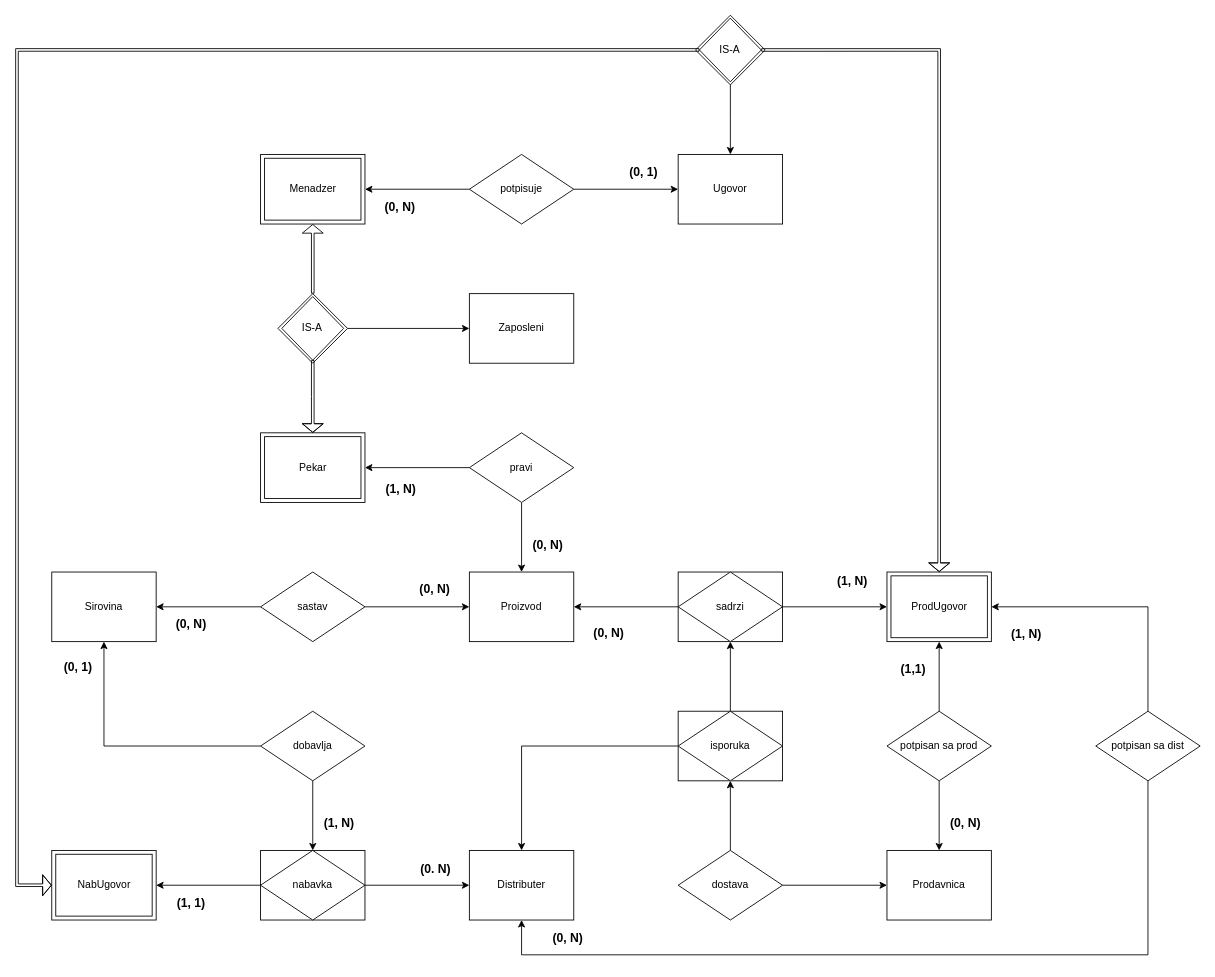
FmasterofU/bakery-bp2 keeps this draw.io diagram as bakery.drawio. Above is the earlier version. Source tidied: cells renumbered, new cells numbered last; positions are measured from the earlier drawing's top-left corner, leaving out a move shared by most shapes. Both pictures are drawn from the tidied source at 87%, with x=0, y=0 at pixel (17, 15).
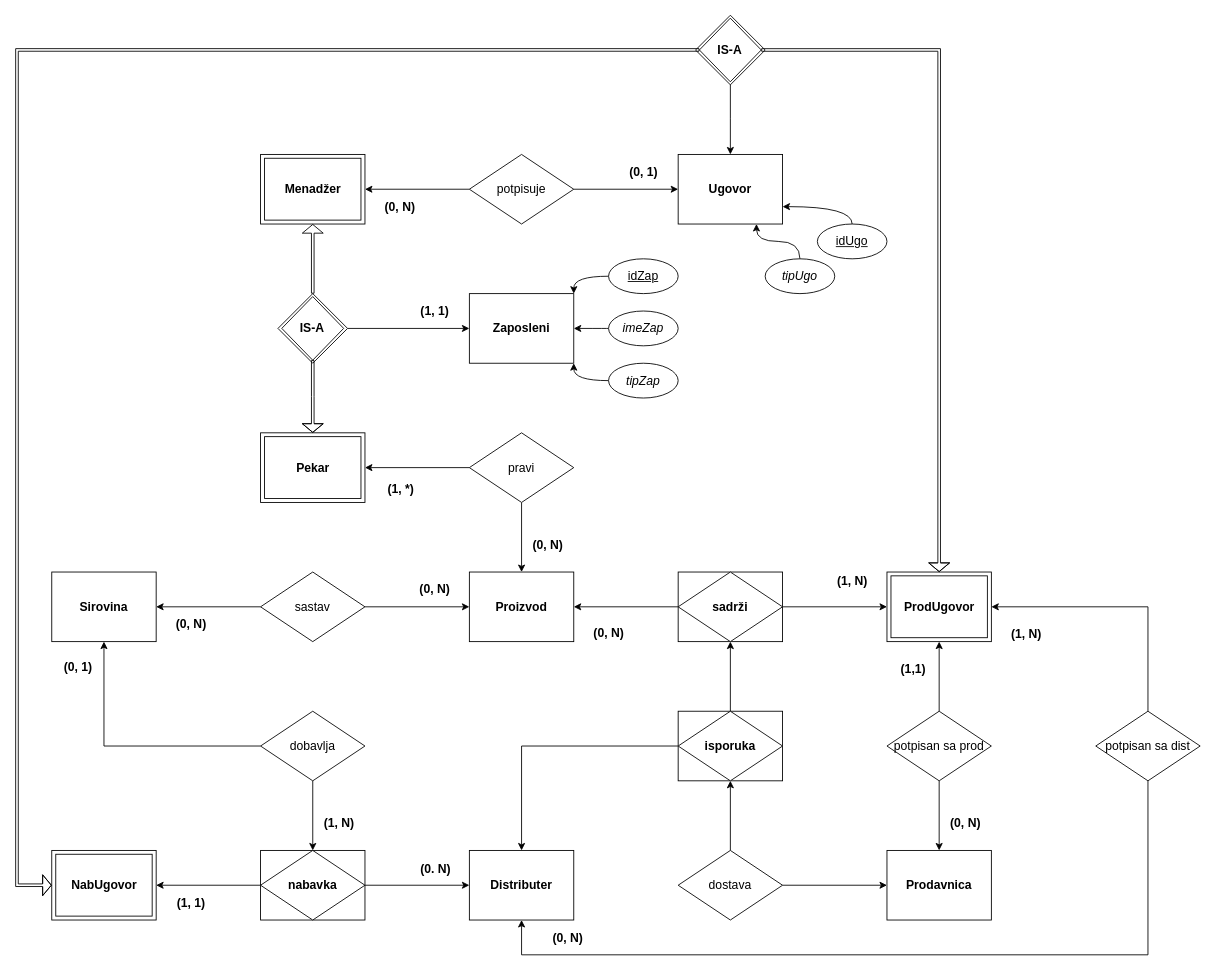
After the change.

Unchanged cells that the change refers to:
```xml
<mxCell id="4" style="group;" parent="1" vertex="1">
  <mxGeometry x="760" y="800" width="120" height="80" as="geometry" />
</mxCell>
<mxCell id="8" style="group;" parent="1" vertex="1">
  <mxGeometry x="760" y="640" width="120" height="80" as="geometry" />
</mxCell>
<mxCell id="25" style="group;" parent="1" vertex="1">
  <mxGeometry x="300" y="320" width="80" height="80" as="geometry" />
</mxCell>
<mxCell id="26" style="rhombus;whiteSpace=wrap;html=1;" parent="25" vertex="1">
  <mxGeometry width="80" height="80" as="geometry" />
</mxCell>
<mxCell id="28" style="group;" parent="1" vertex="1">
  <mxGeometry x="280" y="480" width="120" height="80" as="geometry" />
</mxCell>
<mxCell id="31" style="group;" parent="1" vertex="1">
  <mxGeometry x="280" y="160" width="120" height="80" as="geometry" />
</mxCell>
<mxCell id="38" style="group;" parent="1" vertex="1">
  <mxGeometry x="780" width="80" height="80" as="geometry" />
</mxCell>
<mxCell id="41" style="group;" parent="1" vertex="1">
  <mxGeometry x="40" y="960" width="120" height="80" as="geometry" />
</mxCell>
<mxCell id="44" style="group;" parent="1" vertex="1">
  <mxGeometry x="1000" y="640" width="120" height="80" as="geometry" />
</mxCell>
<mxCell id="53" style="edgeStyle=orthogonalEdgeStyle;rounded=0;jettySize=auto;html=1;entryX=1;entryY=0.5;entryDx=0;entryDy=0;fontSize=14;" parent="1" edge="1" source="55" target="29">
  <mxGeometry relative="1" as="geometry" />
</mxCell>
<mxCell id="56" style="group;" parent="1" vertex="1">
  <mxGeometry x="280" y="960" width="120" height="80" as="geometry" />
</mxCell>
```

Diff of the diagram source:
```diff
@@
-    <mxCell id="2" value="Distributer" style="rounded=0;whiteSpace=wrap;html=1;" parent="1" vertex="1">
+    <mxCell id="2" value="&lt;font style=&quot;font-size: 14px&quot;&gt;&lt;b&gt;Distributer&lt;/b&gt;&lt;/font&gt;" style="rounded=0;whiteSpace=wrap;html=1;" parent="1" vertex="1">
       <mxGeometry x="520" y="960" width="120" height="80" as="geometry" />
     </mxCell>
-    <mxCell id="3" value="Prodavnica" style="rounded=0;whiteSpace=wrap;html=1;" parent="1" vertex="1">
+    <mxCell id="3" value="&lt;font style=&quot;font-size: 14px&quot;&gt;&lt;b&gt;Prodavnica&lt;/b&gt;&lt;/font&gt;" style="rounded=0;whiteSpace=wrap;html=1;" parent="1" vertex="1">
       <mxGeometry x="1000" y="960" width="120" height="80" as="geometry" />
     </mxCell>
@@
-    <mxCell id="6" value="isporuka" style="rhombus;whiteSpace=wrap;html=1;" parent="4" vertex="1">
+    <mxCell id="6" value="&lt;font style=&quot;font-size: 14px&quot;&gt;&lt;b&gt;isporuka&lt;/b&gt;&lt;/font&gt;" style="rhombus;whiteSpace=wrap;html=1;" parent="4" vertex="1">
       <mxGeometry width="120" height="80" as="geometry" />
     </mxCell>
-    <mxCell id="7" value="Sirovina" style="rounded=0;whiteSpace=wrap;html=1;" parent="1" vertex="1">
+    <mxCell id="7" value="&lt;font style=&quot;font-size: 14px&quot;&gt;&lt;b&gt;Sirovina&lt;/b&gt;&lt;/font&gt;" style="rounded=0;whiteSpace=wrap;html=1;" parent="1" vertex="1">
       <mxGeometry x="40" y="640" width="120" height="80" as="geometry" />
     </mxCell>
@@
-    <mxCell id="10" value="sadrzi" style="rhombus;whiteSpace=wrap;html=1;" parent="8" vertex="1">
+    <mxCell id="10" value="&lt;font style=&quot;font-size: 14px&quot;&gt;&lt;b&gt;sadrži&lt;/b&gt;&lt;/font&gt;" style="rhombus;whiteSpace=wrap;html=1;" parent="8" vertex="1">
       <mxGeometry width="120" height="80" as="geometry" />
     </mxCell>
-    <mxCell id="11" value="Proizvod" style="rounded=0;whiteSpace=wrap;html=1;" parent="1" vertex="1">
+    <mxCell id="11" value="&lt;font style=&quot;font-size: 14px&quot;&gt;&lt;b&gt;Proizvod&lt;/b&gt;&lt;/font&gt;" style="rounded=0;whiteSpace=wrap;html=1;" parent="1" vertex="1">
       <mxGeometry x="520" y="640" width="120" height="80" as="geometry" />
     </mxCell>
@@
-    <mxCell id="16" value="dobavlja" style="rhombus;whiteSpace=wrap;html=1;" parent="1" vertex="1">
+    <mxCell id="16" value="&lt;font style=&quot;font-size: 14px&quot;&gt;dobavlja&lt;/font&gt;" style="rhombus;whiteSpace=wrap;html=1;" parent="1" vertex="1">
       <mxGeometry x="280" y="800" width="120" height="80" as="geometry" />
     </mxCell>
@@
-    <mxCell id="19" value="potpisan sa prod" style="rhombus;whiteSpace=wrap;html=1;" parent="1" vertex="1">
+    <mxCell id="19" value="&lt;font style=&quot;font-size: 14px&quot;&gt;potpisan sa prod&lt;/font&gt;" style="rhombus;whiteSpace=wrap;html=1;" parent="1" vertex="1">
       <mxGeometry x="1000" y="800" width="120" height="80" as="geometry" />
     </mxCell>
@@
-    <mxCell id="22" value="sastav" style="rhombus;whiteSpace=wrap;html=1;" parent="1" vertex="1">
+    <mxCell id="22" value="&lt;font style=&quot;font-size: 14px&quot;&gt;sastav&lt;/font&gt;" style="rhombus;whiteSpace=wrap;html=1;" parent="1" vertex="1">
       <mxGeometry x="280" y="640" width="120" height="80" as="geometry" />
     </mxCell>
-    <mxCell id="23" style="edgeStyle=orthogonalEdgeStyle;rounded=0;jettySize=auto;html=1;entryX=0;entryY=0.5;entryDx=0;entryDy=0;exitX=1;exitY=0.5;exitDx=0;exitDy=0;" parent="1" edge="1" source="26" target="24">
-      <mxGeometry relative="1" as="geometry" />
+    <mxCell id="23" value="&lt;b&gt;&lt;font style=&quot;font-size: 14px&quot;&gt;(1, 1)&lt;/font&gt;&lt;/b&gt;" style="edgeStyle=orthogonalEdgeStyle;rounded=0;jettySize=auto;html=1;entryX=0;entryY=0.5;entryDx=0;entryDy=0;exitX=1;exitY=0.5;exitDx=0;exitDy=0;" parent="1" edge="1" source="26" target="24">
+      <mxGeometry x="0.43" y="20" relative="1" as="geometry" />
     </mxCell>
-    <mxCell id="24" value="Zaposleni" style="rounded=0;whiteSpace=wrap;html=1;" parent="1" vertex="1">
+    <mxCell id="24" value="&lt;font style=&quot;font-size: 14px&quot;&gt;&lt;b&gt;Zaposleni&lt;/b&gt;&lt;/font&gt;" style="rounded=0;whiteSpace=wrap;html=1;" parent="1" vertex="1">
       <mxGeometry x="520" y="320" width="120" height="80" as="geometry" />
     </mxCell>
@@
-    <mxCell id="27" value="&lt;p style=&quot;line-height: 120%&quot;&gt;IS-A&lt;/p&gt;" style="rhombus;whiteSpace=wrap;html=1;" parent="25" vertex="1">
+    <mxCell id="27" value="&lt;p style=&quot;line-height: 120%&quot;&gt;&lt;b&gt;&lt;font style=&quot;font-size: 14px&quot;&gt;IS-A&lt;/font&gt;&lt;/b&gt;&lt;/p&gt;" style="rhombus;whiteSpace=wrap;html=1;" parent="25" vertex="1">
       <mxGeometry x="4.4" y="3.4" width="71.1" height="73.1" as="geometry" />
     </mxCell>
@@
-    <mxCell id="30" value="Pekar" style="rounded=0;whiteSpace=wrap;html=1;" parent="28" vertex="1">
+    <mxCell id="30" value="&lt;font style=&quot;font-size: 14px&quot;&gt;&lt;b&gt;Pekar&lt;/b&gt;&lt;/font&gt;" style="rounded=0;whiteSpace=wrap;html=1;" parent="28" vertex="1">
       <mxGeometry x="4.6" y="4.4" width="110.8" height="71.1" as="geometry" />
     </mxCell>
@@
-    <mxCell id="33" value="Menadzer" style="rounded=0;whiteSpace=wrap;html=1;" parent="31" vertex="1">
+    <mxCell id="33" value="&lt;font style=&quot;font-size: 14px&quot;&gt;&lt;b&gt;Menadžer&lt;/b&gt;&lt;/font&gt;" style="rounded=0;whiteSpace=wrap;html=1;" parent="31" vertex="1">
       <mxGeometry x="4.6" y="4.4" width="110.8" height="71.1" as="geometry" />
     </mxCell>
@@
-    <mxCell id="37" value="Ugovor" style="rounded=0;whiteSpace=wrap;html=1;" parent="1" vertex="1">
+    <mxCell id="37" value="&lt;font style=&quot;font-size: 14px&quot;&gt;&lt;b&gt;Ugovor&lt;/b&gt;&lt;/font&gt;" style="rounded=0;whiteSpace=wrap;html=1;" parent="1" vertex="1">
       <mxGeometry x="760" y="160" width="120" height="80" as="geometry" />
     </mxCell>
@@
-    <mxCell id="40" value="&lt;p style=&quot;line-height: 120%&quot;&gt;IS-A&lt;/p&gt;" style="rhombus;whiteSpace=wrap;html=1;" parent="38" vertex="1">
+    <mxCell id="40" value="&lt;p style=&quot;line-height: 120%&quot;&gt;&lt;b&gt;&lt;font style=&quot;font-size: 14px&quot;&gt;IS-A&lt;/font&gt;&lt;/b&gt;&lt;/p&gt;" style="rhombus;whiteSpace=wrap;html=1;" parent="38" vertex="1">
       <mxGeometry x="4.4" y="3.4" width="71.1" height="73.1" as="geometry" />
     </mxCell>
@@
-    <mxCell id="43" value="NabUgovor" style="rounded=0;whiteSpace=wrap;html=1;" parent="41" vertex="1">
+    <mxCell id="43" value="&lt;font style=&quot;font-size: 14px&quot;&gt;&lt;b&gt;NabUgovor&lt;/b&gt;&lt;/font&gt;" style="rounded=0;whiteSpace=wrap;html=1;" parent="41" vertex="1">
       <mxGeometry x="4.6" y="4.4" width="110.8" height="71.1" as="geometry" />
     </mxCell>
@@
-    <mxCell id="46" value="ProdUgovor" style="rounded=0;whiteSpace=wrap;html=1;" parent="44" vertex="1">
+    <mxCell id="46" value="&lt;font style=&quot;font-size: 14px&quot;&gt;&lt;b&gt;ProdUgovor&lt;/b&gt;&lt;/font&gt;" style="rounded=0;whiteSpace=wrap;html=1;" parent="44" vertex="1">
       <mxGeometry x="4.6" y="4.4" width="110.8" height="71.1" as="geometry" />
     </mxCell>
@@
-    <mxCell id="51" value="potpisuje" style="rhombus;whiteSpace=wrap;html=1;" parent="1" vertex="1">
+    <mxCell id="51" value="&lt;font style=&quot;font-size: 14px&quot;&gt;potpisuje&lt;/font&gt;" style="rhombus;whiteSpace=wrap;html=1;" parent="1" vertex="1">
       <mxGeometry x="520" y="160" width="120" height="80" as="geometry" />
     </mxCell>
@@
-    <mxCell id="54" value="&lt;b&gt;(1, N)&lt;/b&gt;" style="edgeLabel;html=1;align=center;verticalAlign=middle;fontSize=14;" parent="53" vertex="1">
+    <mxCell id="54" value="&lt;b&gt;(1, *)&lt;/b&gt;" style="edgeLabel;html=1;align=center;verticalAlign=middle;fontSize=14;" parent="53" vertex="1">
       <mxGeometry x="-0.22" y="3" relative="1" as="geometry">
         <mxPoint x="-32.9" y="21" as="offset" />
       </mxGeometry>
     </mxCell>
-    <mxCell id="55" value="pravi" style="rhombus;whiteSpace=wrap;html=1;" parent="1" vertex="1">
+    <mxCell id="55" value="&lt;font style=&quot;font-size: 14px&quot;&gt;pravi&lt;/font&gt;" style="rhombus;whiteSpace=wrap;html=1;" parent="1" vertex="1">
       <mxGeometry x="520" y="480" width="120" height="80" as="geometry" />
     </mxCell>
@@
-    <mxCell id="58" value="nabavka" style="rhombus;whiteSpace=wrap;html=1;" parent="56" vertex="1">
+    <mxCell id="58" value="&lt;font style=&quot;font-size: 14px&quot;&gt;&lt;b&gt;nabavka&lt;/b&gt;&lt;/font&gt;" style="rhombus;whiteSpace=wrap;html=1;" parent="56" vertex="1">
       <mxGeometry width="120" height="80" as="geometry" />
     </mxCell>
@@
-    <mxCell id="64" value="potpisan sa dist" style="rhombus;whiteSpace=wrap;html=1;" parent="1" vertex="1">
+    <mxCell id="64" value="&lt;font style=&quot;font-size: 14px&quot;&gt;potpisan sa dist&lt;/font&gt;" style="rhombus;whiteSpace=wrap;html=1;" parent="1" vertex="1">
       <mxGeometry x="1240" y="800" width="120" height="80" as="geometry" />
     </mxCell>
@@
-    <mxCell id="68" value="dostava" style="rhombus;whiteSpace=wrap;html=1;" parent="1" vertex="1">
+    <mxCell id="68" value="&lt;font style=&quot;font-size: 14px&quot;&gt;dostava&lt;/font&gt;" style="rhombus;whiteSpace=wrap;html=1;" parent="1" vertex="1">
       <mxGeometry x="760" y="960" width="120" height="80" as="geometry" />
     </mxCell>
@@
+    <mxCell id="72" style="edgeStyle=orthogonalEdgeStyle;curved=1;rounded=0;jettySize=auto;html=1;exitX=0;exitY=0.5;exitDx=0;exitDy=0;entryX=1;entryY=0;entryDx=0;entryDy=0;fontSize=14;" parent="1" edge="1" source="73" target="24">
+      <mxGeometry relative="1" as="geometry" />
+    </mxCell>
+    <mxCell id="73" value="&lt;u&gt;idZap&lt;/u&gt;" style="ellipse;whiteSpace=wrap;html=1;fontSize=14;" parent="1" vertex="1">
+      <mxGeometry x="680" y="280" width="80" height="40" as="geometry" />
+    </mxCell>
+    <mxCell id="74" style="edgeStyle=orthogonalEdgeStyle;curved=1;rounded=0;jettySize=auto;html=1;exitX=0;exitY=0.5;exitDx=0;exitDy=0;entryX=1;entryY=1;entryDx=0;entryDy=0;fontSize=14;" parent="1" edge="1" source="75" target="24">
+      <mxGeometry relative="1" as="geometry" />
+    </mxCell>
+    <mxCell id="75" value="&lt;i&gt;tipZap&lt;/i&gt;" style="ellipse;whiteSpace=wrap;html=1;fontSize=14;" parent="1" vertex="1">
+      <mxGeometry x="680" y="400" width="80" height="40" as="geometry" />
+    </mxCell>
+    <mxCell id="76" style="edgeStyle=orthogonalEdgeStyle;curved=1;rounded=0;jettySize=auto;html=1;exitX=0;exitY=0.5;exitDx=0;exitDy=0;entryX=1;entryY=0.5;entryDx=0;entryDy=0;fontSize=14;" parent="1" edge="1" source="77" target="24">
+      <mxGeometry relative="1" as="geometry" />
+    </mxCell>
+    <mxCell id="77" value="&lt;i&gt;imeZap&lt;/i&gt;" style="ellipse;whiteSpace=wrap;html=1;fontSize=14;" parent="1" vertex="1">
+      <mxGeometry x="680" y="340" width="80" height="40" as="geometry" />
+    </mxCell>
+    <mxCell id="78" style="edgeStyle=orthogonalEdgeStyle;curved=1;rounded=0;jettySize=auto;html=1;exitX=0.5;exitY=0;exitDx=0;exitDy=0;entryX=1;entryY=0.75;entryDx=0;entryDy=0;fontSize=14;" parent="1" edge="1" source="79" target="37">
+      <mxGeometry relative="1" as="geometry" />
+    </mxCell>
+    <mxCell id="79" value="&lt;u&gt;idUgo&lt;/u&gt;" style="ellipse;whiteSpace=wrap;html=1;fontSize=14;" parent="1" vertex="1">
+      <mxGeometry x="920" y="240" width="80" height="40" as="geometry" />
+    </mxCell>
+    <mxCell id="80" style="edgeStyle=orthogonalEdgeStyle;curved=1;rounded=0;jettySize=auto;html=1;exitX=0.5;exitY=0;exitDx=0;exitDy=0;entryX=0.75;entryY=1;entryDx=0;entryDy=0;fontSize=14;" parent="1" edge="1" source="81" target="37">
+      <mxGeometry relative="1" as="geometry" />
+    </mxCell>
+    <mxCell id="81" value="&lt;i&gt;tipUgo&lt;/i&gt;" style="ellipse;whiteSpace=wrap;html=1;fontSize=14;" parent="1" vertex="1">
+      <mxGeometry x="860" y="280" width="80" height="40" as="geometry" />
+    </mxCell>
```
